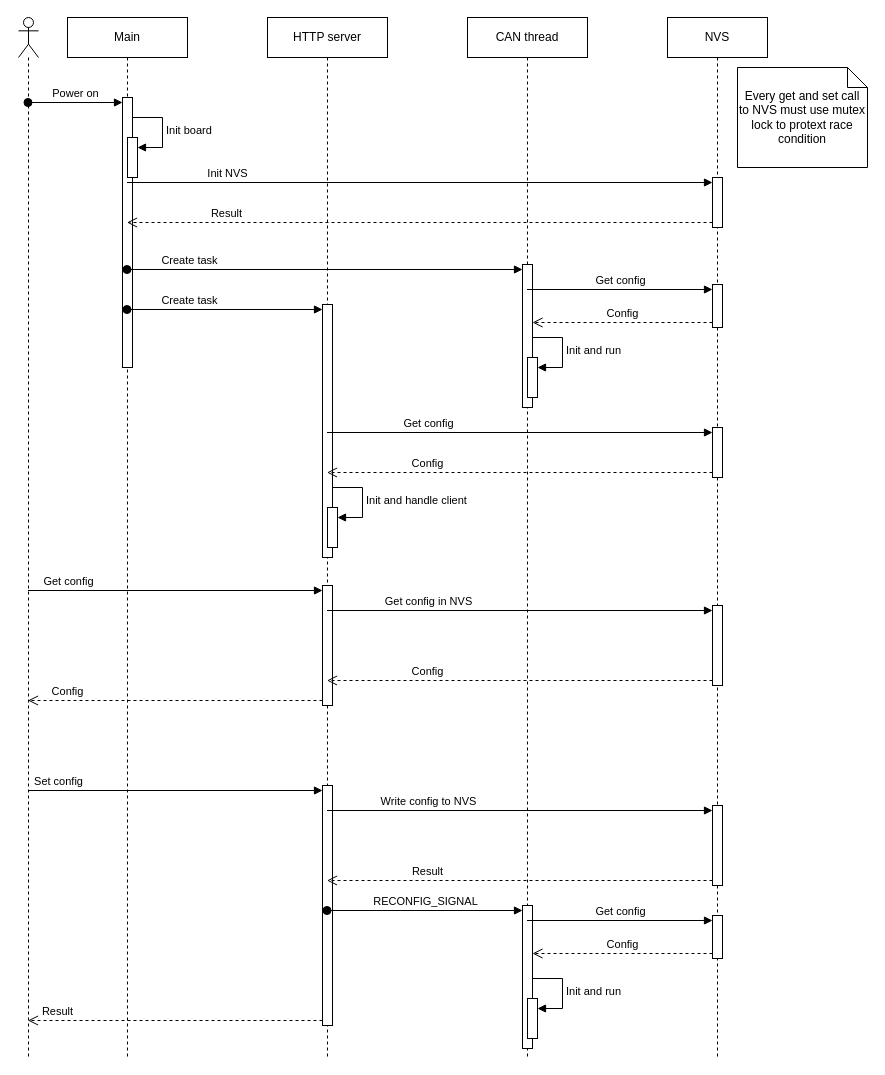
The draw.io diagram page "SEQ" (2 of 2) of esp32_can_dummy_device.drawio in Theeramate-04/CAN_BUS, before the edit. Source tidied: cells renumbered, new cells numbered last; positions are measured from the earlier drawing's top-left corner, leaving out a move shared by most shapes. Both pictures are drawn from the tidied source at 100%, with x=0, y=0 at pixel (18, 17).
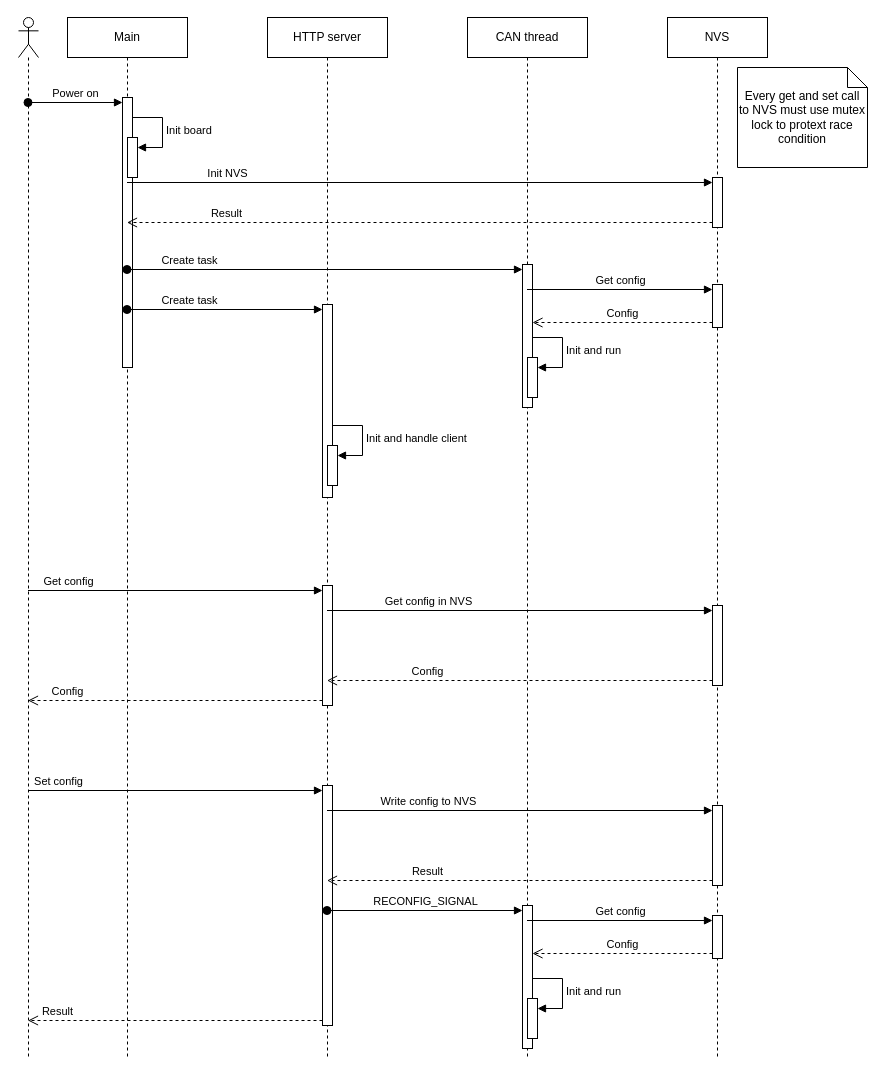
Above is the later version.

Commit message (it also covers changes not shown here):
fix http task and edit diagram

Unchanged cells that the change refers to:
```xml
<mxCell id="7" value="HTTP server" style="shape=umlLifeline;perimeter=lifelinePerimeter;whiteSpace=wrap;html=1;outlineConnect=0;portConstraint=eastwest;newEdgeStyle={&quot;curved&quot;:0,&quot;rounded&quot;:0};" parent="1" vertex="1">
  <mxGeometry x="249" width="120" height="1040" as="geometry" />
</mxCell>
<mxCell id="23" value="NVS" style="shape=umlLifeline;perimeter=lifelinePerimeter;whiteSpace=wrap;html=1;newEdgeStyle={&quot;curved&quot;:0,&quot;rounded&quot;:0};" parent="1" vertex="1">
  <mxGeometry x="649" width="100" height="1040" as="geometry" />
</mxCell>
```

The edit, as a diff of the source:
```diff
@@
     <mxCell id="8" style="html=1;points=[[0,0,0,0,5],[0,1,0,0,-5],[1,0,0,0,5],[1,1,0,0,-5]];perimeter=orthogonalPerimeter;outlineConnect=0;targetShapes=umlLifeline;portConstraint=eastwest;newEdgeStyle={&quot;curved&quot;:0,&quot;rounded&quot;:0};" parent="7" vertex="1">
-      <mxGeometry x="55" y="287" width="10" height="253" as="geometry" />
+      <mxGeometry x="55" y="287" width="10" height="193" as="geometry" />
     </mxCell>
@@
     <mxCell id="11" style="html=1;points=[[0,0,0,0,5],[0,1,0,0,-5],[1,0,0,0,5],[1,1,0,0,-5]];perimeter=orthogonalPerimeter;outlineConnect=0;targetShapes=umlLifeline;portConstraint=eastwest;newEdgeStyle={&quot;curved&quot;:0,&quot;rounded&quot;:0};" parent="7" vertex="1">
-      <mxGeometry x="60" y="490" width="10" height="40" as="geometry" />
+      <mxGeometry x="60" y="428" width="10" height="40" as="geometry" />
     </mxCell>
     <mxCell id="12" value="Init and handle client" style="html=1;align=left;spacingLeft=2;endArrow=block;rounded=0;edgeStyle=orthogonalEdgeStyle;curved=0;rounded=0;" parent="7" edge="1" target="11">
       <mxGeometry relative="1" as="geometry">
-        <mxPoint x="65" y="470" as="sourcePoint" />
+        <mxPoint x="65" y="408" as="sourcePoint" />
         <Array as="points">
-          <mxPoint x="95" y="500" />
+          <mxPoint x="95" y="438" />
         </Array>
       </mxGeometry>
     </mxCell>
@@
-    <mxCell id="29" style="html=1;points=[[0,0,0,0,5],[0,1,0,0,-5],[1,0,0,0,5],[1,1,0,0,-5]];perimeter=orthogonalPerimeter;outlineConnect=0;targetShapes=umlLifeline;portConstraint=eastwest;newEdgeStyle={&quot;curved&quot;:0,&quot;rounded&quot;:0};" parent="23" vertex="1">
-      <mxGeometry x="45" y="410" width="10" height="50" as="geometry" />
-    </mxCell>
@@
-    <mxCell id="45" value="Get config" style="html=1;verticalAlign=bottom;endArrow=block;curved=0;rounded=0;entryX=0;entryY=0;entryDx=0;entryDy=5;" parent="1" edge="1" source="7" target="29">
-      <mxGeometry x="-0.48" relative="1" as="geometry">
-        <mxPoint x="1" as="offset" />
-      </mxGeometry>
-    </mxCell>
-    <mxCell id="46" value="Config" style="html=1;verticalAlign=bottom;endArrow=open;dashed=1;endSize=8;curved=0;rounded=0;exitX=0;exitY=1;exitDx=0;exitDy=-5;" parent="1" edge="1" source="29" target="7">
-      <mxGeometry x="0.48" relative="1" as="geometry" />
-    </mxCell>
```
